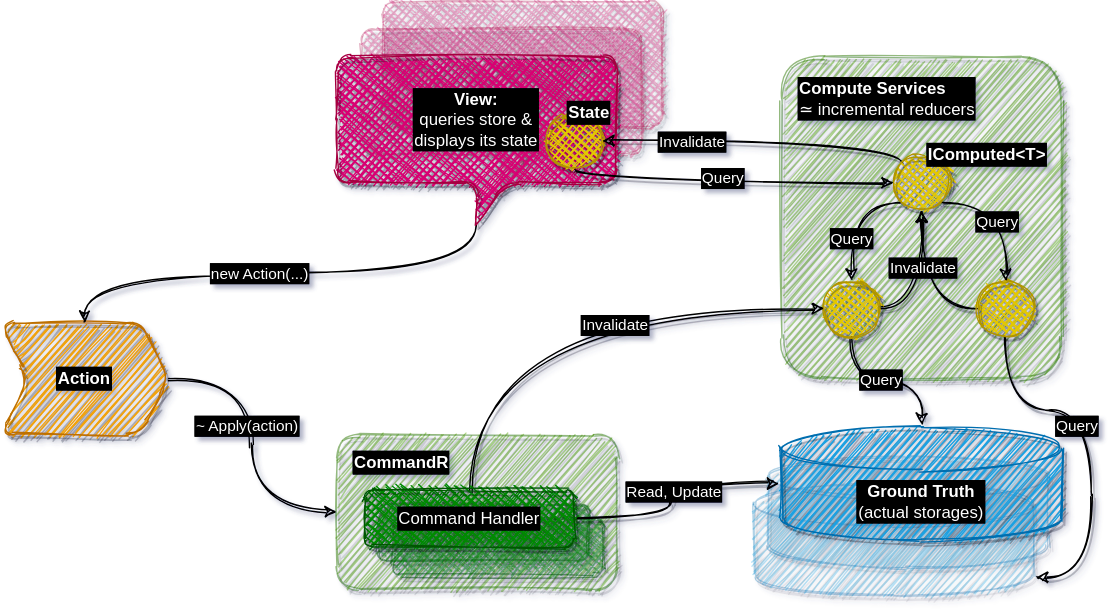
The draw.io diagram Slides/Fusion_v2/diagrams/vs/fusion0.dio.svg in alexyakunin/Stl.Fusion.Materials, before a commit. Source tidied: cells renumbered, new cells last; positions are measured from the earlier drawing's top-left corner, leaving out a move shared by most shapes.
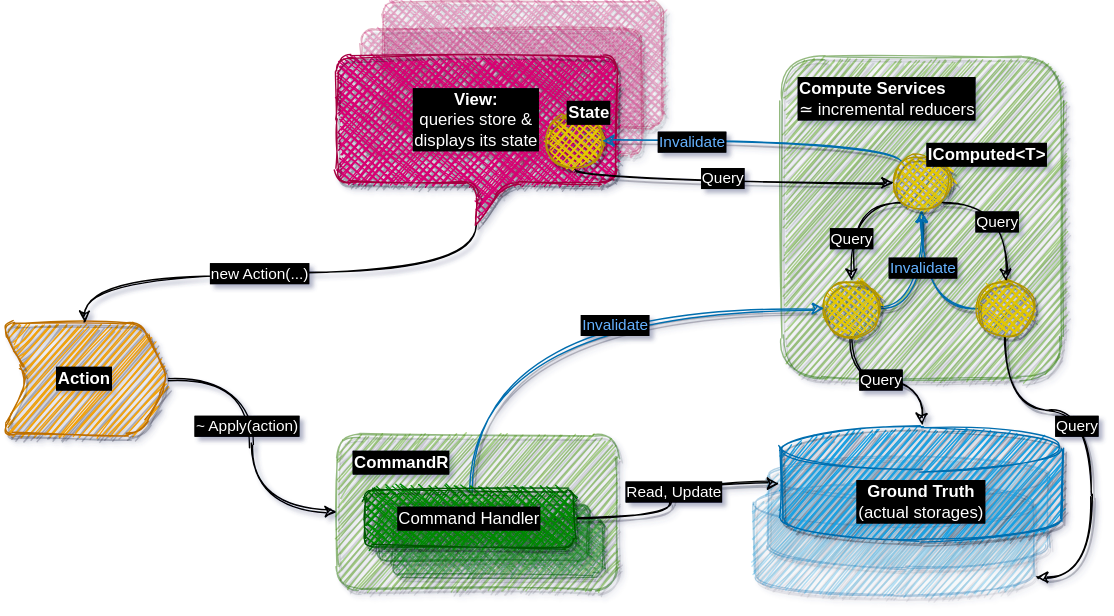
Later version of the same file.

Diff of the diagram source:
```diff
@@ -67,7 +67,7 @@
     <mxCell id="20" value="&lt;b&gt;State&lt;/b&gt;" style="text;html=1;strokeColor=none;fillColor=none;align=left;verticalAlign=middle;whiteSpace=wrap;rounded=0;labelBackgroundColor=#000000;fontColor=#FFFFFF;labelBorderColor=#000000;" parent="1" vertex="1">
       <mxGeometry x="403" y="70" width="70" height="20" as="geometry" />
     </mxCell>
-    <mxCell id="21" style="edgeStyle=orthogonalEdgeStyle;curved=1;sketch=1;jettySize=auto;html=1;exitX=1;exitY=0.5;exitDx=0;exitDy=0;entryX=0.5;entryY=1;entryDx=0;entryDy=0;shadow=1;fontColor=#FFFFFF;" parent="1" edge="1" source="24" target="35">
+    <mxCell id="21" style="edgeStyle=orthogonalEdgeStyle;curved=1;sketch=1;jettySize=auto;html=1;exitX=1;exitY=0.5;exitDx=0;exitDy=0;entryX=0.5;entryY=1;entryDx=0;entryDy=0;shadow=1;fontColor=#FF66FF;fillColor=#1ba1e2;strokeColor=#006EAF;" parent="1" edge="1" source="24" target="35">
       <mxGeometry relative="1" as="geometry" />
     </mxCell>
     <mxCell id="22" style="edgeStyle=orthogonalEdgeStyle;curved=1;sketch=1;jettySize=auto;html=1;exitX=0.5;exitY=1;exitDx=0;exitDy=0;shadow=1;fontColor=#FFFFFF;" parent="1" edge="1" source="24" target="5">
@@ -81,10 +81,10 @@
     <mxCell id="24" style="ellipse;whiteSpace=wrap;html=1;labelBackgroundColor=#000000;fontColor=#ffffff;align=left;fillColor=#e3c800;strokeColor=#B09500;shadow=1;sketch=1;fillStyle=cross-hatch;" parent="1" vertex="1">
       <mxGeometry x="588" y="200" width="40" height="40" as="geometry" />
     </mxCell>
-    <mxCell id="25" style="edgeStyle=orthogonalEdgeStyle;curved=1;sketch=1;jettySize=auto;html=1;exitX=0;exitY=0.5;exitDx=0;exitDy=0;entryX=0.5;entryY=1;entryDx=0;entryDy=0;shadow=1;fontColor=#FFFFFF;" parent="1" edge="1" source="29" target="35">
+    <mxCell id="25" style="edgeStyle=orthogonalEdgeStyle;curved=1;sketch=1;jettySize=auto;html=1;exitX=0;exitY=0.5;exitDx=0;exitDy=0;entryX=0.5;entryY=1;entryDx=0;entryDy=0;shadow=1;fontColor=#FF66FF;fillColor=#1ba1e2;strokeColor=#006EAF;" parent="1" edge="1" source="29" target="35">
       <mxGeometry relative="1" as="geometry" />
     </mxCell>
-    <mxCell id="26" value="Invalidate" style="edgeLabel;html=1;align=center;verticalAlign=middle;fontColor=#FFFFFF;labelBackgroundColor=#000000;labelBorderColor=#000000;" parent="25" vertex="1">
+    <mxCell id="26" value="Invalidate" style="edgeLabel;html=1;align=center;verticalAlign=middle;labelBackgroundColor=#000000;labelBorderColor=#000000;fontColor=#66B2FF;" parent="25" vertex="1">
       <mxGeometry x="0.04" y="-9" relative="1" as="geometry">
         <mxPoint x="-9" y="-13" as="offset" />
       </mxGeometry>
@@ -104,14 +104,14 @@
     <mxCell id="29" style="ellipse;whiteSpace=wrap;html=1;labelBackgroundColor=#000000;fontColor=#ffffff;align=left;fillColor=#e3c800;strokeColor=#B09500;shadow=1;sketch=1;fillStyle=cross-hatch;" parent="1" vertex="1">
       <mxGeometry x="698" y="200" width="40" height="40" as="geometry" />
     </mxCell>
-    <mxCell id="30" style="edgeStyle=orthogonalEdgeStyle;curved=1;sketch=1;jettySize=auto;html=1;exitX=0;exitY=0;exitDx=0;exitDy=0;entryX=1;entryY=0.5;entryDx=0;entryDy=0;shadow=1;fontColor=#FFFFFF;" parent="1" edge="1" source="35" target="19">
+    <mxCell id="30" style="edgeStyle=orthogonalEdgeStyle;curved=1;sketch=1;jettySize=auto;html=1;exitX=0;exitY=0;exitDx=0;exitDy=0;entryX=1;entryY=0.5;entryDx=0;entryDy=0;shadow=1;fontColor=#FFFFFF;fillColor=#1ba1e2;strokeColor=#006EAF;" parent="1" edge="1" source="35" target="19">
       <mxGeometry relative="1" as="geometry">
         <Array as="points">
           <mxPoint x="644" y="100" />
         </Array>
       </mxGeometry>
     </mxCell>
-    <mxCell id="31" value="Invalidate" style="edgeLabel;html=1;align=center;verticalAlign=middle;fontColor=#FFFFFF;labelBackgroundColor=#000000;labelBorderColor=#000000;" parent="30" vertex="1">
+    <mxCell id="31" value="Invalidate" style="edgeLabel;html=1;align=center;verticalAlign=middle;labelBackgroundColor=#000000;labelBorderColor=#000000;fontColor=#66B2FF;" parent="30" vertex="1">
       <mxGeometry x="0.17" y="20" relative="1" as="geometry">
         <mxPoint x="-32" y="-20" as="offset" />
       </mxGeometry>
@@ -138,14 +138,14 @@
     <mxCell id="37" style="rounded=1;whiteSpace=wrap;html=1;shadow=1;labelBackgroundColor=#000000;sketch=1;fontColor=#ffffff;align=center;fillColor=#008a00;strokeColor=#005700;fillStyle=cross-hatch;labelBorderColor=#000000;opacity=50;" parent="1" vertex="1">
       <mxGeometry x="280" y="370" width="150" height="40" as="geometry" />
     </mxCell>
-    <mxCell id="38" style="edgeStyle=orthogonalEdgeStyle;jettySize=auto;html=1;exitX=0.5;exitY=0;exitDx=0;exitDy=0;entryX=0;entryY=0.5;entryDx=0;entryDy=0;fontColor=#FFFFFF;curved=1;sketch=1;shadow=1;" parent="1" edge="1" source="42" target="24">
+    <mxCell id="38" style="edgeStyle=orthogonalEdgeStyle;jettySize=auto;html=1;exitX=0.5;exitY=0;exitDx=0;exitDy=0;entryX=0;entryY=0.5;entryDx=0;entryDy=0;curved=1;sketch=1;shadow=1;fontColor=#FF66FF;fillColor=#1ba1e2;strokeColor=#006EAF;" parent="1" edge="1" source="42" target="24">
       <mxGeometry relative="1" as="geometry">
         <Array as="points">
           <mxPoint x="335" y="220" />
         </Array>
       </mxGeometry>
     </mxCell>
-    <mxCell id="39" value="Invalidate" style="edgeLabel;html=1;align=center;verticalAlign=middle;fontColor=#FFFFFF;labelBorderColor=#000000;labelBackgroundColor=#000000;" parent="38" vertex="1">
+    <mxCell id="39" value="Invalidate" style="edgeLabel;html=1;align=center;verticalAlign=middle;labelBorderColor=#000000;labelBackgroundColor=#000000;fontColor=#66B2FF;" parent="38" vertex="1">
       <mxGeometry x="0.22" y="-11" relative="1" as="geometry" />
     </mxCell>
     <mxCell id="40" style="edgeStyle=orthogonalEdgeStyle;curved=1;sketch=1;jettySize=auto;html=1;exitX=1;exitY=0.5;exitDx=0;exitDy=0;shadow=1;fontColor=#FFFFFF;entryX=0;entryY=0.5;entryDx=0;entryDy=0;entryPerimeter=0;" parent="1" edge="1" source="42" target="5">
```
